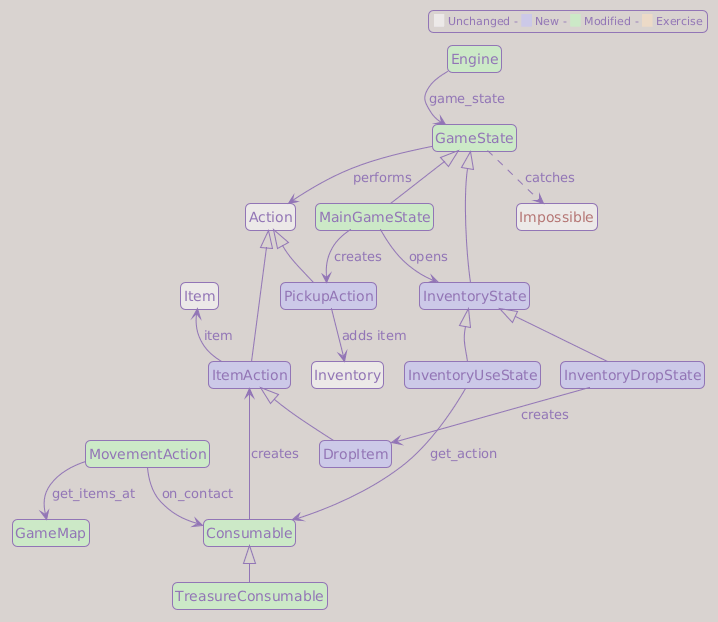
This is v3/images/classes/part8b_local_classes.png from Darky-Lucera/roguelike-tutorial-python-tcod, a PlantUML export, as it was before one commit. Its source is kept beside it as uml/part8b_local_classes.puml. The source it was exported from:
```plantuml
@startuml part8b_local_classes

!theme mimeograph

top to bottom direction

hide members
hide circle

skinparam roundcorner 10
skinparam classBackgroundColor #ece9e8
skinparam noteFontSize 10
skinparam noteBorderThickness 1
skinparam noteMargin 2
skinparam notePadding 2
skinparam nodesep 20
skinparam ranksep 35

set namespaceSeparator none


class "Engine" as game.engine.Engine #cce9c7 {
}

class "GameMap" as game.map.game_map.GameMap #cce9c7 {
}

class "Item" as game.entities.entity.Item {
}

class "Inventory" as game.entities.components.inventory.Inventory {
}

class "Consumable" as game.entities.components.consumable.Consumable #cce9c7 {
}

class "TreasureConsumable" as game.entities.components.consumable.TreasureConsumable #cce9c7 {
}

class "Action" as game.actions.Action {
}

class "PickupAction" as game.actions.PickupAction #ccc9e8 {
}

class "ItemAction" as game.actions.ItemAction #ccc9e8 {
}

class "DropItem" as game.actions.DropItem #ccc9e8 {
}

class "MovementAction" as game.actions.MovementAction #cce9c7 {
}

class "GameState" as game.game_states.GameState #cce9c7 {
}

class "MainGameState" as game.game_states.MainGameState #cce9c7 {
}

class "InventoryState" as game.game_states.InventoryState #ccc9e8 {
}

class "InventoryUseState" as game.game_states.InventoryUseState #ccc9e8 {
}

class "InventoryDropState" as game.game_states.InventoryDropState #ccc9e8 {
}

class "<color:#b57674>Impossible</color>" as game.exceptions.Impossible {
}


game.entities.components.consumable.Consumable <|-- game.entities.components.consumable.TreasureConsumable

game.actions.Action <|-- game.actions.PickupAction
game.actions.Action <|-- game.actions.ItemAction
game.actions.ItemAction <|-- game.actions.DropItem

game.game_states.GameState <|-- game.game_states.MainGameState
game.game_states.GameState <|-- game.game_states.InventoryState
game.game_states.InventoryState <|-- game.game_states.InventoryUseState
game.game_states.InventoryState <|-- game.game_states.InventoryDropState

game.engine.Engine --> game.game_states.GameState : game_state
game.game_states.GameState --> game.actions.Action : performs
game.game_states.GameState ..> game.exceptions.Impossible : catches

game.game_states.MainGameState --> game.actions.PickupAction : creates
game.game_states.MainGameState --> game.game_states.InventoryState : opens
game.game_states.InventoryUseState --> game.entities.components.consumable.Consumable : get_action
game.game_states.InventoryDropState --> game.actions.DropItem : creates

game.actions.ItemAction -up-> game.entities.entity.Item : item
game.actions.PickupAction --> game.entities.components.inventory.Inventory : adds item
game.actions.MovementAction --> game.map.game_map.GameMap : get_items_at
game.actions.MovementAction --> game.entities.components.consumable.Consumable : on_contact
game.entities.components.consumable.Consumable --> game.actions.ItemAction : creates


game.engine.Engine -[hidden]down- game.game_states.GameState
game.game_states.GameState -[hidden]down- game.game_states.InventoryState
game.game_states.InventoryState -[hidden]down- game.game_states.InventoryUseState
game.game_states.InventoryUseState -[hidden]right- game.game_states.InventoryDropState

game.actions.Action -[hidden]down- game.actions.PickupAction
game.actions.PickupAction -[hidden]right- game.actions.ItemAction
game.actions.ItemAction -[hidden]down- game.actions.DropItem
game.actions.DropItem -[hidden]right- game.actions.MovementAction

legend top right
<size:11><back:#ece9e8>   </back> Unchanged - <back:#ccc9e8>   </back> New - <back:#cce9c7>   </back> Modified - <back:#ecdac7>   </back> Exercise</size>
endlegend

@enduml
```
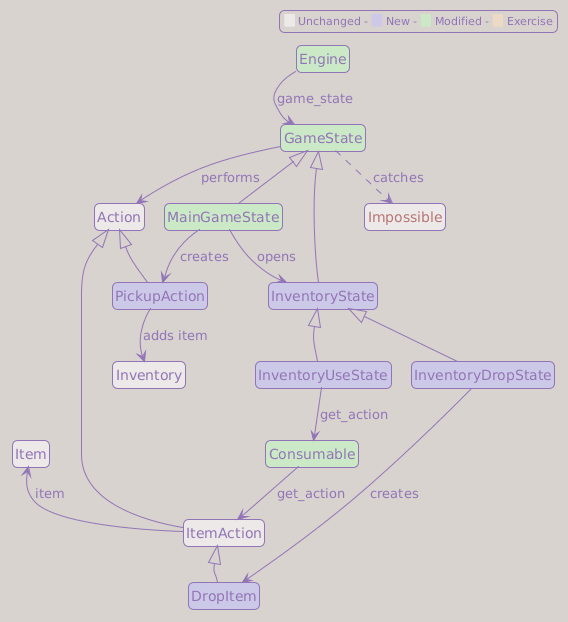
After the commit.

The edit, as a diff of the source:
```diff
@@ -22,9 +22,6 @@
 class "Engine" as game.engine.Engine #cce9c7 {
 }
 
-class "GameMap" as game.map.game_map.GameMap #cce9c7 {
-}
-
 class "Item" as game.entities.entity.Item {
 }
 
@@ -34,22 +31,16 @@
 class "Consumable" as game.entities.components.consumable.Consumable #cce9c7 {
 }
 
-class "TreasureConsumable" as game.entities.components.consumable.TreasureConsumable #cce9c7 {
-}
-
 class "Action" as game.actions.Action {
 }
 
 class "PickupAction" as game.actions.PickupAction #ccc9e8 {
 }
 
-class "ItemAction" as game.actions.ItemAction #ccc9e8 {
+class "ItemAction" as game.actions.ItemAction {
 }
 
 class "DropItem" as game.actions.DropItem #ccc9e8 {
-}
-
-class "MovementAction" as game.actions.MovementAction #cce9c7 {
 }
 
 class "GameState" as game.game_states.GameState #cce9c7 {
@@ -71,8 +62,6 @@
 }
 
 
-game.entities.components.consumable.Consumable <|-- game.entities.components.consumable.TreasureConsumable
-
 game.actions.Action <|-- game.actions.PickupAction
 game.actions.Action <|-- game.actions.ItemAction
 game.actions.ItemAction <|-- game.actions.DropItem
@@ -93,9 +82,7 @@
 
 game.actions.ItemAction -up-> game.entities.entity.Item : item
 game.actions.PickupAction --> game.entities.components.inventory.Inventory : adds item
-game.actions.MovementAction --> game.map.game_map.GameMap : get_items_at
-game.actions.MovementAction --> game.entities.components.consumable.Consumable : on_contact
-game.entities.components.consumable.Consumable --> game.actions.ItemAction : creates
+game.entities.components.consumable.Consumable --> game.actions.ItemAction : get_action
 
 
 game.engine.Engine -[hidden]down- game.game_states.GameState
@@ -106,7 +93,6 @@
 game.actions.Action -[hidden]down- game.actions.PickupAction
 game.actions.PickupAction -[hidden]right- game.actions.ItemAction
 game.actions.ItemAction -[hidden]down- game.actions.DropItem
-game.actions.DropItem -[hidden]right- game.actions.MovementAction
 
 legend top right
 <size:11><back:#ece9e8>   </back> Unchanged - <back:#ccc9e8>   </back> New - <back:#cce9c7>   </back> Modified - <back:#ecdac7>   </back> Exercise</size>
```
